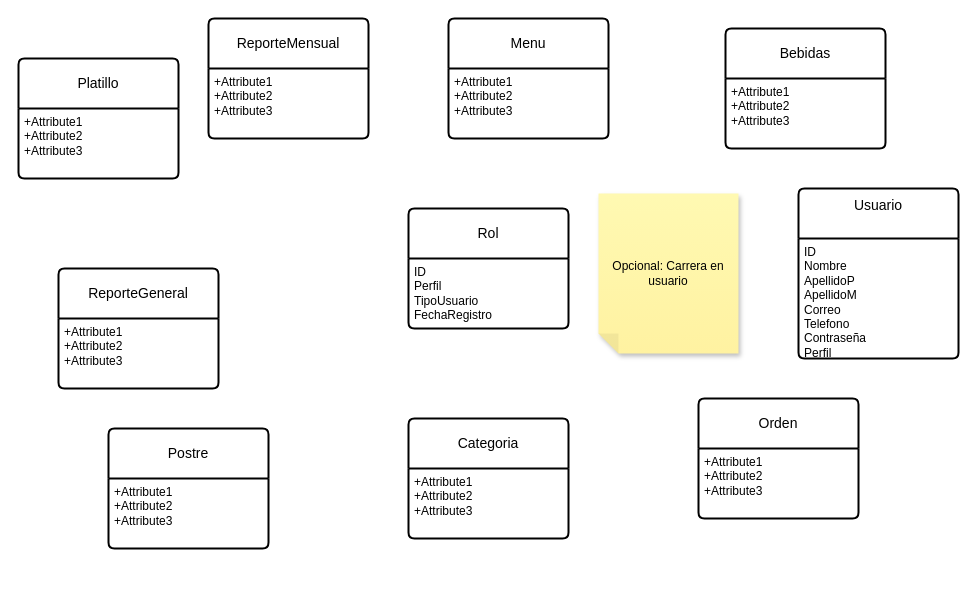
Before: Diagrama sin título.drawio in OSCARCH2002/diagramas, a draw.io diagram. Source tidied: cells renumbered, new cells numbered last; positions are measured from the earlier drawing's top-left corner, leaving out a move shared by most shapes. Both pictures are drawn from the tidied source at 100%, with x=0, y=0 at pixel (18, 18).
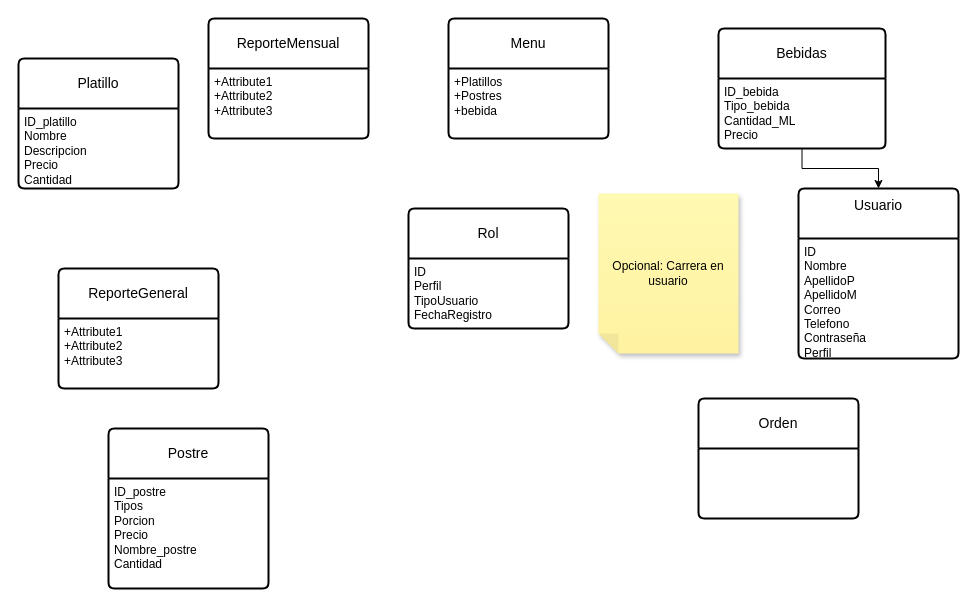
The same diagram, later.

The change refers to these unchanged cells:
```xml
<mxCell id="4" value="Usuario&lt;div&gt;&lt;br&gt;&lt;/div&gt;" style="swimlane;horizontal=1;startSize=50;rounded=1;fontSize=14;fontStyle=0;strokeWidth=2;shadow=0;dashed=0;align=center;arcSize=4;whiteSpace=wrap;html=1;" parent="1" vertex="1">
  <mxGeometry x="780" y="170" width="160" height="170" as="geometry" />
</mxCell>
<mxCell id="6" value="&lt;div&gt;Menu&lt;/div&gt;" style="swimlane;horizontal=1;startSize=50;rounded=1;fontSize=14;fontStyle=0;strokeWidth=2;shadow=0;dashed=0;align=center;arcSize=4;whiteSpace=wrap;html=1;" parent="1" vertex="1">
  <mxGeometry x="430" width="160" height="120" as="geometry" />
</mxCell>
<mxCell id="14" value="&lt;div&gt;Orden&lt;/div&gt;" style="swimlane;horizontal=1;startSize=50;rounded=1;fontSize=14;fontStyle=0;strokeWidth=2;shadow=0;dashed=0;align=center;arcSize=4;whiteSpace=wrap;html=1;" parent="1" vertex="1">
  <mxGeometry x="680" y="380" width="160" height="120" as="geometry" />
</mxCell>
```

Change to the diagram source:
```diff
@@
-    <mxCell id="7" value="+Attribute1&#10;+Attribute2&#10;+Attribute3" style="align=left;strokeColor=none;fillColor=none;spacingLeft=4;spacingRight=4;fontSize=12;verticalAlign=top;html=1;whiteSpace=wrap;" parent="6" vertex="1">
+    <mxCell id="7" value="+Platillos&lt;br&gt;+Postres&amp;nbsp;&lt;br&gt;+bebida" style="align=left;strokeColor=none;fillColor=none;spacingLeft=4;spacingRight=4;fontSize=12;verticalAlign=top;html=1;whiteSpace=wrap;" parent="6" vertex="1">
       <mxGeometry y="50" width="160" height="70" as="geometry" />
     </mxCell>
@@
-    <mxCell id="12" value="&lt;div&gt;Categoria&lt;/div&gt;" style="swimlane;horizontal=1;startSize=50;rounded=1;fontSize=14;fontStyle=0;strokeWidth=2;shadow=0;dashed=0;align=center;arcSize=4;whiteSpace=wrap;html=1;" parent="1" vertex="1">
-      <mxGeometry x="390" y="400" width="160" height="120" as="geometry" />
-    </mxCell>
-    <mxCell id="13" value="+Attribute1&#10;+Attribute2&#10;+Attribute3" style="align=left;strokeColor=none;fillColor=none;spacingLeft=4;spacingRight=4;fontSize=12;verticalAlign=top;html=1;whiteSpace=wrap;" parent="12" vertex="1">
-      <mxGeometry y="50" width="160" height="70" as="geometry" />
-    </mxCell>
@@
-    <mxCell id="15" value="+Attribute1&#10;+Attribute2&#10;+Attribute3" style="align=left;strokeColor=none;fillColor=none;spacingLeft=4;spacingRight=4;fontSize=12;verticalAlign=top;html=1;whiteSpace=wrap;" parent="14" vertex="1">
-      <mxGeometry y="50" width="160" height="70" as="geometry" />
-    </mxCell>
     <mxCell id="16" value="&lt;div&gt;Postre&lt;/div&gt;" style="swimlane;horizontal=1;startSize=50;rounded=1;fontSize=14;fontStyle=0;strokeWidth=2;shadow=0;dashed=0;align=center;arcSize=4;whiteSpace=wrap;html=1;" parent="1" vertex="1">
-      <mxGeometry x="90" y="410" width="160" height="120" as="geometry" />
+      <mxGeometry x="90" y="410" width="160" height="160" as="geometry" />
     </mxCell>
-    <mxCell id="17" value="+Attribute1&#10;+Attribute2&#10;+Attribute3" style="align=left;strokeColor=none;fillColor=none;spacingLeft=4;spacingRight=4;fontSize=12;verticalAlign=top;html=1;whiteSpace=wrap;" parent="16" vertex="1">
-      <mxGeometry y="50" width="160" height="70" as="geometry" />
+    <mxCell id="17" value="ID_postre&lt;div&gt;Tipos&lt;/div&gt;&lt;div&gt;Porcion&lt;/div&gt;&lt;div&gt;Precio&lt;/div&gt;&lt;div&gt;Nombre_postre&lt;/div&gt;&lt;div&gt;Cantidad&lt;/div&gt;" style="align=left;strokeColor=none;fillColor=none;spacingLeft=4;spacingRight=4;fontSize=12;verticalAlign=top;html=1;whiteSpace=wrap;" parent="16" vertex="1">
+      <mxGeometry y="50" width="160" height="110" as="geometry" />
     </mxCell>
     <mxCell id="18" value="Platillo" style="swimlane;horizontal=1;startSize=50;rounded=1;fontSize=14;fontStyle=0;strokeWidth=2;shadow=0;dashed=0;align=center;arcSize=4;whiteSpace=wrap;html=1;" parent="1" vertex="1">
-      <mxGeometry y="40" width="160" height="120" as="geometry" />
+      <mxGeometry y="40" width="160" height="130" as="geometry" />
     </mxCell>
-    <mxCell id="19" value="+Attribute1&#10;+Attribute2&#10;+Attribute3" style="align=left;strokeColor=none;fillColor=none;spacingLeft=4;spacingRight=4;fontSize=12;verticalAlign=top;html=1;whiteSpace=wrap;" parent="18" vertex="1">
-      <mxGeometry y="50" width="160" height="70" as="geometry" />
+    <mxCell id="19" value="ID_platillo&lt;div&gt;Nombre&lt;/div&gt;&lt;div&gt;Descripcion&lt;/div&gt;&lt;div&gt;Precio&lt;/div&gt;&lt;div&gt;Cantidad&lt;/div&gt;" style="align=left;strokeColor=none;fillColor=none;spacingLeft=4;spacingRight=4;fontSize=12;verticalAlign=top;html=1;whiteSpace=wrap;" parent="18" vertex="1">
+      <mxGeometry y="50" width="160" height="80" as="geometry" />
     </mxCell>
     <mxCell id="20" value="Bebidas" style="swimlane;horizontal=1;startSize=50;rounded=1;fontSize=14;fontStyle=0;strokeWidth=2;shadow=0;dashed=0;align=center;arcSize=4;whiteSpace=wrap;html=1;" parent="1" vertex="1">
-      <mxGeometry x="707" y="10" width="160" height="120" as="geometry" />
+      <mxGeometry x="700" y="10" width="167" height="120" as="geometry" />
     </mxCell>
-    <mxCell id="21" value="+Attribute1&#10;+Attribute2&#10;+Attribute3" style="align=left;strokeColor=none;fillColor=none;spacingLeft=4;spacingRight=4;fontSize=12;verticalAlign=top;html=1;whiteSpace=wrap;" parent="20" vertex="1">
-      <mxGeometry y="50" width="160" height="70" as="geometry" />
+    <mxCell id="21" value="ID_bebida&lt;div&gt;Tipo_bebida&lt;/div&gt;&lt;div&gt;Cantidad_ML&lt;/div&gt;&lt;div&gt;Precio&lt;/div&gt;&lt;div&gt;&lt;br&gt;&lt;/div&gt;" style="align=left;strokeColor=none;fillColor=none;spacingLeft=4;spacingRight=4;fontSize=12;verticalAlign=top;html=1;whiteSpace=wrap;" parent="20" vertex="1">
+      <mxGeometry y="50" width="167" height="70" as="geometry" />
     </mxCell>
@@
+    <mxCell id="23" style="edgeStyle=orthogonalEdgeStyle;rounded=0;jettySize=auto;html=1;" parent="1" edge="1" source="21" target="4">
+      <mxGeometry relative="1" as="geometry" />
+    </mxCell>
```
